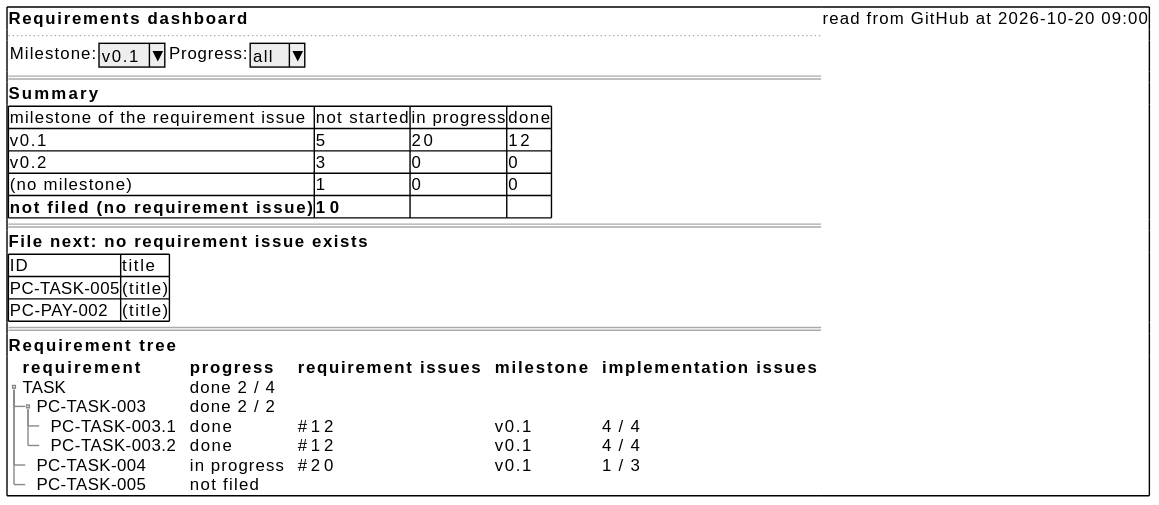
Before: docs/ja/requirements/dashboard/dashboard-wireframe.svg, a diagram exported from PlantUML (cloveclovedev/cumin-trace). Its diagram source:
```plantuml
@startuml
salt
{+
  <b>Requirements dashboard | read from GitHub at 2026-10-20 09:00
  ..
  { Milestone: | ^v0.1^ | Progress: | ^all^ }
  ==
  <b>Summary
  {#
    milestone of the requirement issue | not started | in progress | done
    v0.1 | 5 | 20 | 12
    v0.2 | 3 | 0 | 0
    (no milestone) | 1 | 0 | 0
    <b>not filed (no requirement issue) | <b>10 | . | .
  }
  ==
  <b>File next: no requirement issue exists
  {#
    ID | title
    PC-TASK-005 | (title)
    PC-PAY-002 | (title)
  }
  ==
  <b>Requirement tree
  {T
    + <b>requirement | <b>progress | <b>requirement issues | <b>milestone | <b>implementation issues
    + TASK | done 2 / 4 | . | . | .
    ++ PC-TASK-003 | done 2 / 2 | . | . | .
    +++ PC-TASK-003.1 | done | ~#12 | v0.1 | 4 / 4
    +++ PC-TASK-003.2 | done | ~#12 | v0.1 | 4 / 4
    ++ PC-TASK-004 | in progress | ~#20 | v0.1 | 1 / 3
    ++ PC-TASK-005 | not filed | . | . | .
  }
}
@enduml
```
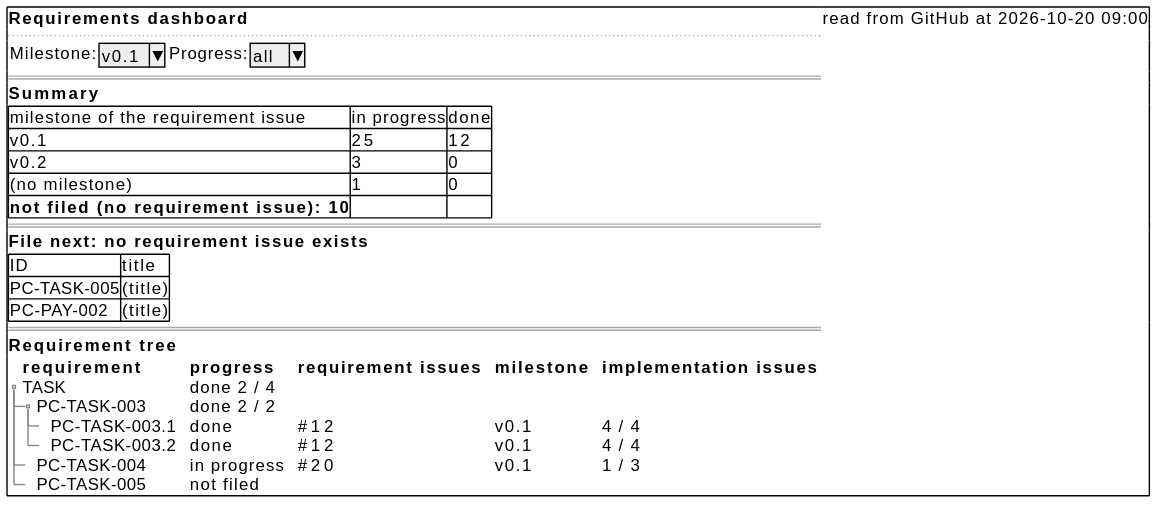
After the commit.

What changed in the source:
```diff
@@ -7,11 +7,11 @@
   ==
   <b>Summary
   {#
-    milestone of the requirement issue | not started | in progress | done
-    v0.1 | 5 | 20 | 12
-    v0.2 | 3 | 0 | 0
-    (no milestone) | 1 | 0 | 0
-    <b>not filed (no requirement issue) | <b>10 | . | .
+    milestone of the requirement issue | in progress | done
+    v0.1 | 25 | 12
+    v0.2 | 3 | 0
+    (no milestone) | 1 | 0
+    <b>not filed (no requirement issue): 10 | . | .
   }
   ==
   <b>File next: no requirement issue exists
```
